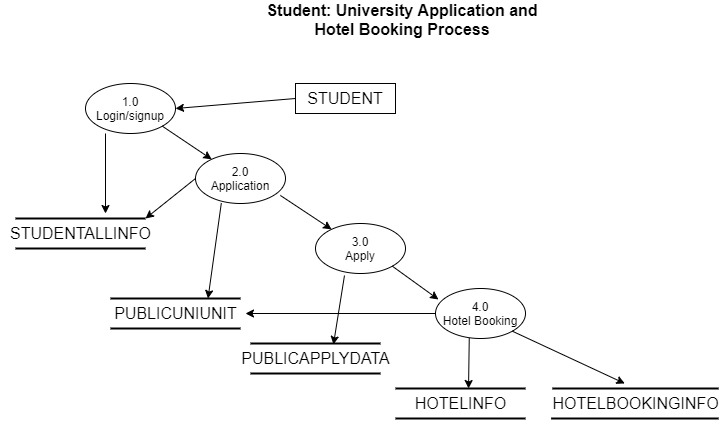
Above: dataFlow_diagram_uas(all uni).png in SabiulSabit/UML-Diagram-For-Project (draw.io), before the change. Source tidied: cells renumbered, new cells last; positions are measured from the earlier drawing's top-left corner, leaving out a move shared by most shapes. Source of this version:
```xml
<mxGraphModel>
  <root>
    <mxCell id="0" />
    <mxCell id="1" parent="0" />
    <mxCell id="2" value="1.0&lt;br&gt;Login/signup" style="ellipse;whiteSpace=wrap;html=1;" parent="1" vertex="1">
      <mxGeometry x="85" y="79" width="90" height="50" as="geometry" />
    </mxCell>
    <mxCell id="3" value="Student: University Application and Hotel Booking Process" style="text;html=1;strokeColor=none;fillColor=none;align=center;verticalAlign=middle;whiteSpace=wrap;rounded=0;fontSize=16;fontStyle=1;" parent="1" vertex="1">
      <mxGeometry x="251.9" width="300" height="29" as="geometry" />
    </mxCell>
    <mxCell id="4" value="2.0&lt;br&gt;Application" style="ellipse;whiteSpace=wrap;html=1;" parent="1" vertex="1">
      <mxGeometry x="195" y="149" width="90" height="50" as="geometry" />
    </mxCell>
    <mxCell id="5" style="edgeStyle=orthogonalEdgeStyle;rounded=0;orthogonalLoop=1;jettySize=auto;html=1;exitX=0.5;exitY=1;exitDx=0;exitDy=0;fontSize=16;" parent="1" edge="1" source="4" target="4">
      <mxGeometry relative="1" as="geometry" />
    </mxCell>
    <mxCell id="6" value="3.0&lt;br&gt;Apply" style="ellipse;whiteSpace=wrap;html=1;" parent="1" vertex="1">
      <mxGeometry x="315" y="219" width="90" height="50" as="geometry" />
    </mxCell>
    <mxCell id="7" value="4.0&lt;br&gt;Hotel Booking" style="ellipse;whiteSpace=wrap;html=1;" parent="1" vertex="1">
      <mxGeometry x="435" y="284" width="90" height="50" as="geometry" />
    </mxCell>
    <mxCell id="8" value="STUDENT" style="rounded=0;whiteSpace=wrap;html=1;fontSize=16;" parent="1" vertex="1">
      <mxGeometry x="295" y="79" width="100" height="30" as="geometry" />
    </mxCell>
    <mxCell id="9" style="line;strokeWidth=2;html=1;fontSize=16;" parent="1" vertex="1">
      <mxGeometry x="15" y="209" width="130" height="10" as="geometry" />
    </mxCell>
    <mxCell id="10" style="line;strokeWidth=2;html=1;fontSize=16;" parent="1" vertex="1">
      <mxGeometry x="15" y="239" width="130" height="10" as="geometry" />
    </mxCell>
    <mxCell id="11" value="STUDENTALLINFO" style="text;html=1;align=center;verticalAlign=middle;fontSize=16;" parent="1" vertex="1">
      <mxGeometry y="219" width="160" height="20" as="geometry" />
    </mxCell>
    <mxCell id="12" style="endArrow=classic;html=1;fontSize=16;" parent="1" edge="1">
      <mxGeometry relative="1" as="geometry">
        <mxPoint x="105" y="129" as="sourcePoint" />
        <mxPoint x="105" y="209" as="targetPoint" />
      </mxGeometry>
    </mxCell>
    <mxCell id="13" style="endArrow=classic;html=1;fontSize=16;exitX=1;exitY=1;exitDx=0;exitDy=0;" parent="1" edge="1" source="2" target="4">
      <mxGeometry relative="1" as="geometry" />
    </mxCell>
    <mxCell id="14" style="line;strokeWidth=2;html=1;fontSize=16;" parent="1" vertex="1">
      <mxGeometry x="110" y="319" width="130" height="10" as="geometry" />
    </mxCell>
    <mxCell id="15" value="PUBLICUNIUNIT" style="text;html=1;align=center;verticalAlign=middle;points=[];fontSize=16;" parent="1" vertex="1">
      <mxGeometry x="105" y="299" width="140" height="20" as="geometry" />
    </mxCell>
    <mxCell id="16" style="line;strokeWidth=2;html=1;fontSize=16;" parent="1" vertex="1">
      <mxGeometry x="110" y="289" width="130" height="10" as="geometry" />
    </mxCell>
    <mxCell id="17" style="endArrow=classic;html=1;fontSize=16;exitX=0.287;exitY=0.991;exitDx=0;exitDy=0;exitPerimeter=0;entryX=0.75;entryY=0.5;entryDx=0;entryDy=0;entryPerimeter=0;" parent="1" edge="1" source="4" target="16">
      <mxGeometry relative="1" as="geometry" />
    </mxCell>
    <mxCell id="18" style="endArrow=classic;html=1;fontSize=16;exitX=0.943;exitY=0.839;exitDx=0;exitDy=0;exitPerimeter=0;" parent="1" edge="1" source="4" target="6">
      <mxGeometry relative="1" as="geometry" />
    </mxCell>
    <mxCell id="19" style="endArrow=classic;html=1;fontSize=16;exitX=0;exitY=0.5;exitDx=0;exitDy=0;entryX=1;entryY=0.5;entryDx=0;entryDy=0;entryPerimeter=0;" parent="1" edge="1" source="4" target="9">
      <mxGeometry relative="1" as="geometry" />
    </mxCell>
    <mxCell id="20" style="line;strokeWidth=2;html=1;fontSize=16;" parent="1" vertex="1">
      <mxGeometry x="250" y="364" width="130" height="10" as="geometry" />
    </mxCell>
    <mxCell id="21" value="PUBLICAPPLYDATA" style="text;html=1;align=center;verticalAlign=middle;fontSize=16;" parent="1" vertex="1">
      <mxGeometry x="235" y="344" width="160" height="20" as="geometry" />
    </mxCell>
    <mxCell id="22" style="line;strokeWidth=2;html=1;fontSize=16;" parent="1" vertex="1">
      <mxGeometry x="250" y="334" width="130" height="10" as="geometry" />
    </mxCell>
    <mxCell id="23" style="endArrow=classic;html=1;fontSize=16;exitX=0.322;exitY=1.04;exitDx=0;exitDy=0;exitPerimeter=0;entryX=0.638;entryY=0.6;entryDx=0;entryDy=0;entryPerimeter=0;" parent="1" edge="1" source="6" target="22">
      <mxGeometry relative="1" as="geometry" />
    </mxCell>
    <mxCell id="24" style="endArrow=classic;html=1;fontSize=16;exitX=1;exitY=1;exitDx=0;exitDy=0;entryX=0.033;entryY=0.22;entryDx=0;entryDy=0;entryPerimeter=0;" parent="1" edge="1" source="6" target="7">
      <mxGeometry relative="1" as="geometry" />
    </mxCell>
    <mxCell id="25" style="line;strokeWidth=2;html=1;fontSize=16;" parent="1" vertex="1">
      <mxGeometry x="395" y="409" width="130" height="10" as="geometry" />
    </mxCell>
    <mxCell id="26" value="HOTELINFO" style="text;html=1;align=center;verticalAlign=middle;points=[];fontSize=16;" parent="1" vertex="1">
      <mxGeometry x="405" y="389" width="110" height="20" as="geometry" />
    </mxCell>
    <mxCell id="27" style="line;strokeWidth=2;html=1;fontSize=16;" parent="1" vertex="1">
      <mxGeometry x="395" y="379" width="130" height="10" as="geometry" />
    </mxCell>
    <mxCell id="28" style="endArrow=classic;html=1;fontSize=16;exitX=0;exitY=0.5;exitDx=0;exitDy=0;" parent="1" edge="1" source="7" target="15">
      <mxGeometry relative="1" as="geometry" />
    </mxCell>
    <mxCell id="29" style="endArrow=classic;html=1;fontSize=16;entryX=0.573;entryY=-0.25;entryDx=0;entryDy=0;entryPerimeter=0;exitX=0.375;exitY=0.994;exitDx=0;exitDy=0;exitPerimeter=0;" parent="1" edge="1" source="7" target="26">
      <mxGeometry relative="1" as="geometry" />
    </mxCell>
    <mxCell id="30" style="line;strokeWidth=2;html=1;fontSize=16;" parent="1" vertex="1">
      <mxGeometry x="550.6" y="409" width="167.5" height="10" as="geometry" />
    </mxCell>
    <mxCell id="31" value="HOTELBOOKINGINFO" style="text;html=1;align=center;verticalAlign=middle;fontSize=16;" parent="1" vertex="1">
      <mxGeometry x="545" y="389" width="180" height="20" as="geometry" />
    </mxCell>
    <mxCell id="32" style="line;strokeWidth=2;html=1;fontSize=16;" parent="1" vertex="1">
      <mxGeometry x="551.9" y="379" width="166.2" height="10" as="geometry" />
    </mxCell>
    <mxCell id="33" style="endArrow=classic;html=1;fontSize=16;exitX=1;exitY=1;exitDx=0;exitDy=0;" parent="1" edge="1" source="7" target="32">
      <mxGeometry relative="1" as="geometry" />
    </mxCell>
    <mxCell id="34" style="endArrow=classic;html=1;fontSize=16;entryX=1;entryY=0.5;entryDx=0;entryDy=0;exitX=0;exitY=0.5;exitDx=0;exitDy=0;" parent="1" edge="1" source="8" target="2">
      <mxGeometry relative="1" as="geometry" />
    </mxCell>
  </root>
</mxGraphModel>
```
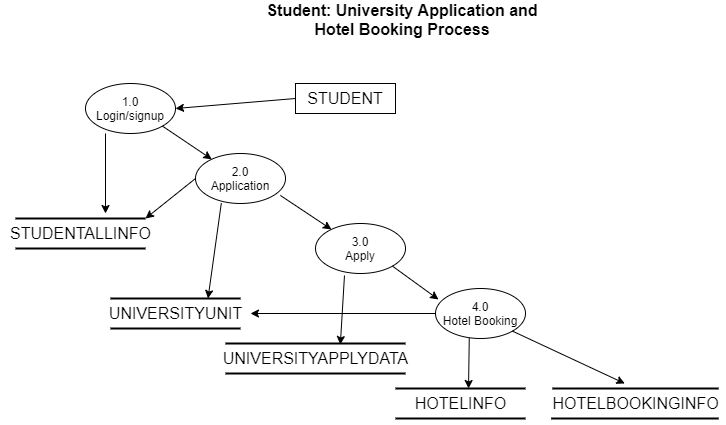
Later version of the same file.

The edit, as a diff of the source:
```diff
@@ -44,8 +44,8 @@
     <mxCell id="14" style="line;strokeWidth=2;html=1;fontSize=16;" parent="1" vertex="1">
       <mxGeometry x="110" y="319" width="130" height="10" as="geometry" />
     </mxCell>
-    <mxCell id="15" value="PUBLICUNIUNIT" style="text;html=1;align=center;verticalAlign=middle;points=[];fontSize=16;" parent="1" vertex="1">
-      <mxGeometry x="105" y="299" width="140" height="20" as="geometry" />
+    <mxCell id="15" value="UNIVERSITYUNIT" style="text;html=1;align=center;verticalAlign=middle;points=[];fontSize=16;" parent="1" vertex="1">
+      <mxGeometry x="100" y="299" width="150" height="20" as="geometry" />
     </mxCell>
     <mxCell id="16" style="line;strokeWidth=2;html=1;fontSize=16;" parent="1" vertex="1">
       <mxGeometry x="110" y="289" width="130" height="10" as="geometry" />
@@ -60,13 +60,13 @@
       <mxGeometry relative="1" as="geometry" />
     </mxCell>
     <mxCell id="20" style="line;strokeWidth=2;html=1;fontSize=16;" parent="1" vertex="1">
-      <mxGeometry x="250" y="364" width="130" height="10" as="geometry" />
+      <mxGeometry x="225" y="364" width="180" height="10" as="geometry" />
     </mxCell>
-    <mxCell id="21" value="PUBLICAPPLYDATA" style="text;html=1;align=center;verticalAlign=middle;fontSize=16;" parent="1" vertex="1">
-      <mxGeometry x="235" y="344" width="160" height="20" as="geometry" />
+    <mxCell id="21" value="UNIVERSITYAPPLYDATA" style="text;html=1;align=center;verticalAlign=middle;fontSize=16;" parent="1" vertex="1">
+      <mxGeometry x="215" y="344" width="200" height="20" as="geometry" />
     </mxCell>
     <mxCell id="22" style="line;strokeWidth=2;html=1;fontSize=16;" parent="1" vertex="1">
-      <mxGeometry x="250" y="334" width="130" height="10" as="geometry" />
+      <mxGeometry x="225" y="334" width="180" height="10" as="geometry" />
     </mxCell>
     <mxCell id="23" style="endArrow=classic;html=1;fontSize=16;exitX=0.322;exitY=1.04;exitDx=0;exitDy=0;exitPerimeter=0;entryX=0.638;entryY=0.6;entryDx=0;entryDy=0;entryPerimeter=0;" parent="1" edge="1" source="6" target="22">
       <mxGeometry relative="1" as="geometry" />
```
